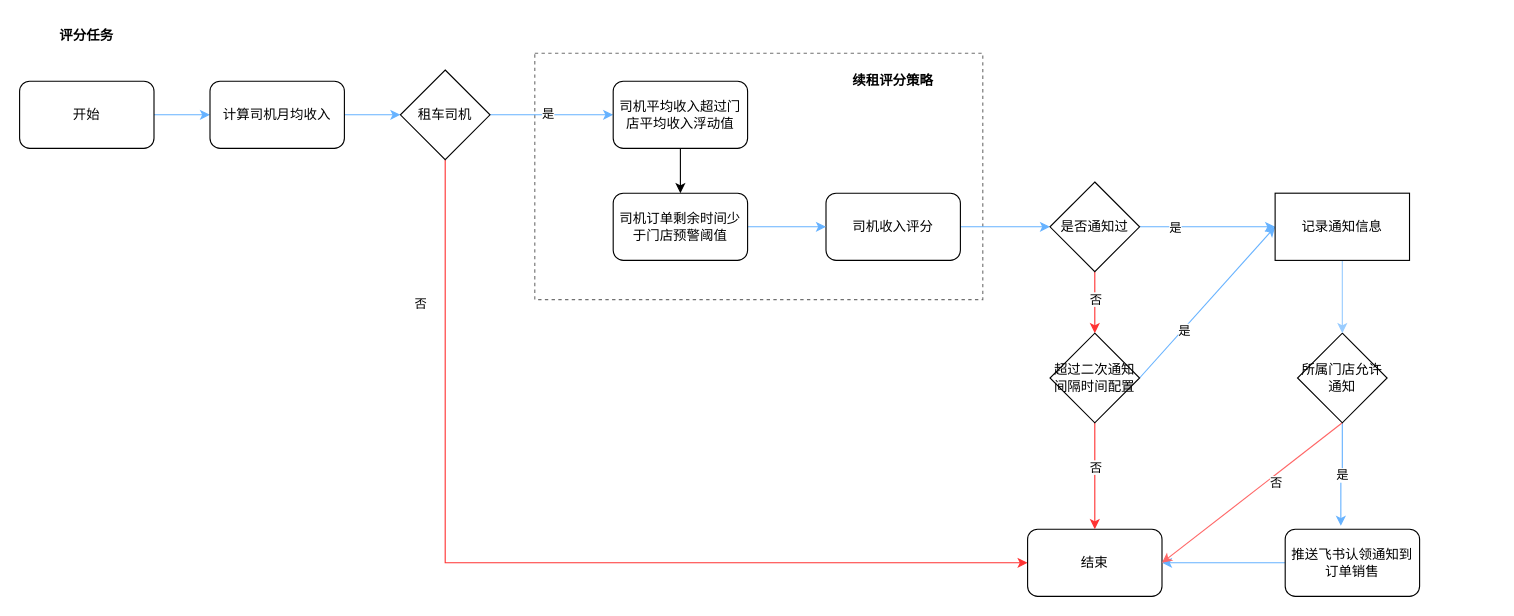
YouAnCao/doc keeps this draw.io diagram as 续租探索.drawio. Above is the earlier version. Source tidied: cells renumbered, new cells numbered last; positions are measured from the earlier drawing's top-left corner, leaving out a move shared by most shapes. Both pictures are drawn from the tidied source at 112%, with x=0, y=0 at pixel (19, 19).
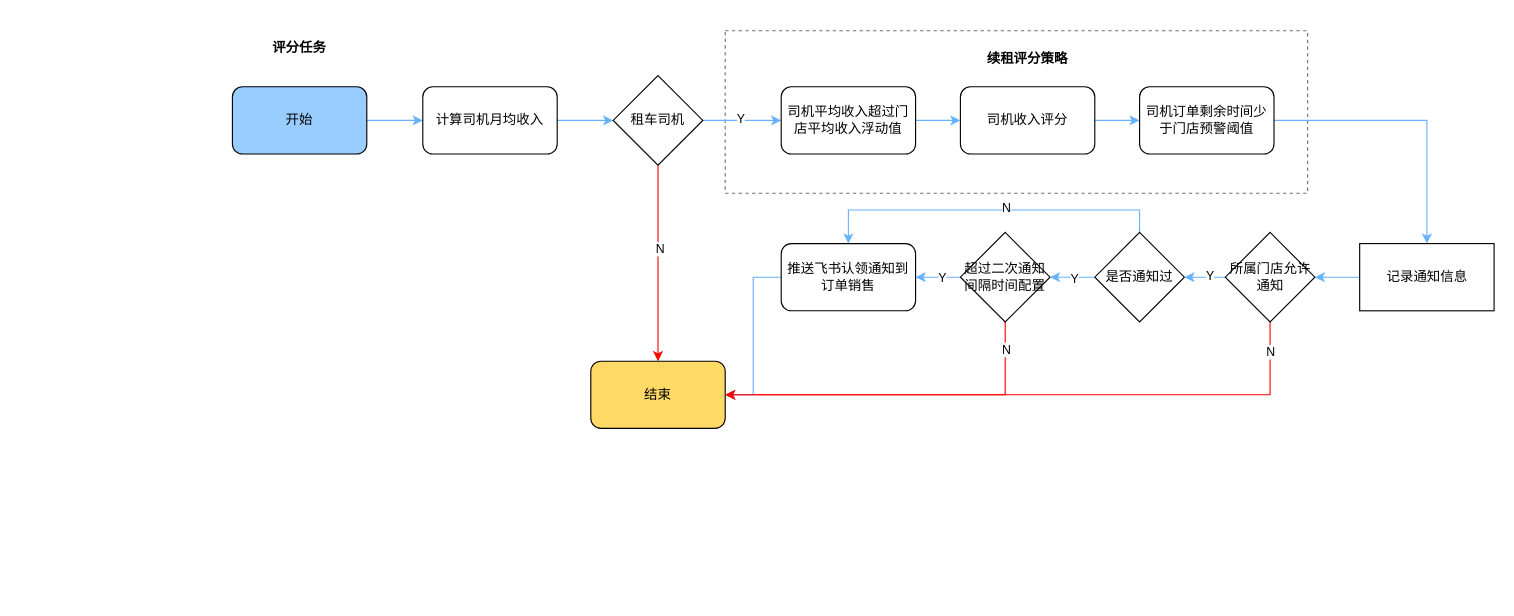
After the change.

Commit message (it also covers changes not shown here):
更新续租探索.drawio

Unchanged cells that the change refers to:
```xml
<mxCell id="9" style="edgeStyle=orthogonalEdgeStyle;rounded=0;jettySize=auto;html=1;exitX=1;exitY=0.5;exitDx=0;exitDy=0;entryX=0;entryY=0.5;entryDx=0;entryDy=0;strokeColor=#66B2FF;" parent="1" edge="1" source="11" target="17">
  <mxGeometry relative="1" as="geometry" />
</mxCell>
```

What changed in the source:
```diff
@@
     <mxCell id="2" style="rounded=0;whiteSpace=wrap;html=1;dashed=1;strokeColor=#707070;" parent="1" vertex="1">
-      <mxGeometry x="460" y="30" width="400" height="220" as="geometry" />
+      <mxGeometry x="630" y="10" width="520" height="145" as="geometry" />
     </mxCell>
@@
-    <mxCell id="4" value="开始" style="rounded=1;whiteSpace=wrap;html=1;" parent="1" vertex="1">
-      <mxGeometry y="55" width="120" height="60" as="geometry" />
+    <mxCell id="4" value="开始" style="rounded=1;whiteSpace=wrap;html=1;fillColor=#99CCFF;" parent="1" vertex="1">
+      <mxGeometry x="190" y="60" width="120" height="60" as="geometry" />
     </mxCell>
@@
     <mxCell id="6" value="计算司机月均收入" style="rounded=1;whiteSpace=wrap;html=1;" parent="1" vertex="1">
-      <mxGeometry x="170" y="55" width="120" height="60" as="geometry" />
+      <mxGeometry x="360" y="60" width="120" height="60" as="geometry" />
     </mxCell>
-    <mxCell id="7" style="edgeStyle=orthogonalEdgeStyle;rounded=0;jettySize=auto;html=1;exitX=0.5;exitY=1;exitDx=0;exitDy=0;entryX=0;entryY=0.5;entryDx=0;entryDy=0;fillColor=#FF0000;strokeColor=#FF3333;" parent="1" edge="1" source="11" target="12">
-      <mxGeometry relative="1" as="geometry" />
-    </mxCell>
-    <mxCell id="8" value="否" style="edgeLabel;html=1;align=center;verticalAlign=middle;" parent="7" vertex="1">
-      <mxGeometry x="-0.26" y="2" relative="1" as="geometry">
-        <mxPoint x="-25" y="-198" as="offset" />
-      </mxGeometry>
-    </mxCell>
@@
-    <mxCell id="10" value="是" style="edgeLabel;html=1;align=center;verticalAlign=middle;" parent="9" vertex="1">
+    <mxCell id="10" value="Y" style="edgeLabel;html=1;align=center;verticalAlign=middle;" parent="9" vertex="1">
       <mxGeometry x="-0.07" y="2" relative="1" as="geometry" />
     </mxCell>
+    <mxCell id="7" style="edgeStyle=orthogonalEdgeStyle;rounded=0;jettySize=auto;html=1;exitX=0.5;exitY=1;exitDx=0;exitDy=0;strokeColor=#FF0000;" parent="1" edge="1" source="11" target="12">
+      <mxGeometry relative="1" as="geometry" />
+    </mxCell>
+    <mxCell id="39" value="N" style="edgeLabel;html=1;align=center;verticalAlign=middle;" parent="7" vertex="1">
+      <mxGeometry x="-0.15" y="1" relative="1" as="geometry" />
+    </mxCell>
     <mxCell id="11" value="租车司机" style="rhombus;whiteSpace=wrap;html=1;" parent="1" vertex="1">
-      <mxGeometry x="340" y="45" width="80" height="80" as="geometry" />
+      <mxGeometry x="530" y="50" width="80" height="80" as="geometry" />
     </mxCell>
-    <mxCell id="12" value="结束" style="rounded=1;whiteSpace=wrap;html=1;" parent="1" vertex="1">
-      <mxGeometry x="900" y="455" width="120" height="60" as="geometry" />
+    <mxCell id="12" value="结束" style="rounded=1;whiteSpace=wrap;html=1;fillColor=#FFD966;" parent="1" vertex="1">
+      <mxGeometry x="510" y="305" width="120" height="60" as="geometry" />
     </mxCell>
     <mxCell id="13" value="&lt;b&gt;续租评分策略&lt;/b&gt;" style="text;html=1;strokeColor=none;fillColor=none;align=center;verticalAlign=middle;whiteSpace=wrap;rounded=0;" parent="1" vertex="1">
-      <mxGeometry x="720" y="40" width="120" height="30" as="geometry" />
+      <mxGeometry x="840" y="20" width="120" height="30" as="geometry" />
     </mxCell>
-    <mxCell id="14" style="edgeStyle=orthogonalEdgeStyle;rounded=0;jettySize=auto;html=1;exitX=1;exitY=0.5;exitDx=0;exitDy=0;entryX=0;entryY=0.5;entryDx=0;entryDy=0;strokeColor=#66B2FF;" parent="1" edge="1" source="15" target="25">
-      <mxGeometry relative="1" as="geometry" />
-    </mxCell>
+    <mxCell id="40" style="edgeStyle=orthogonalEdgeStyle;rounded=0;jettySize=auto;html=1;exitX=1;exitY=0.5;exitDx=0;exitDy=0;entryX=0;entryY=0.5;entryDx=0;entryDy=0;strokeColor=#66B2FF;" parent="1" edge="1" source="15" target="19">
+      <mxGeometry relative="1" as="geometry" />
+    </mxCell>
     <mxCell id="15" value="司机收入评分" style="rounded=1;whiteSpace=wrap;html=1;" parent="1" vertex="1">
-      <mxGeometry x="720" y="155" width="120" height="60" as="geometry" />
+      <mxGeometry x="840" y="60" width="120" height="60" as="geometry" />
     </mxCell>
-    <mxCell id="16" style="edgeStyle=orthogonalEdgeStyle;rounded=0;jettySize=auto;html=1;exitX=0.5;exitY=1;exitDx=0;exitDy=0;entryX=0.5;entryY=0;entryDx=0;entryDy=0;" parent="1" edge="1" source="17" target="19">
-      <mxGeometry relative="1" as="geometry" />
-    </mxCell>
+    <mxCell id="41" style="edgeStyle=orthogonalEdgeStyle;rounded=0;jettySize=auto;html=1;exitX=1;exitY=0.5;exitDx=0;exitDy=0;entryX=0;entryY=0.5;entryDx=0;entryDy=0;strokeColor=#66B2FF;" parent="1" edge="1" source="17" target="15">
+      <mxGeometry relative="1" as="geometry" />
+    </mxCell>
     <mxCell id="17" value="司机平均收入超过门店平均收入浮动值" style="rounded=1;whiteSpace=wrap;html=1;" parent="1" vertex="1">
-      <mxGeometry x="530" y="55" width="120" height="60" as="geometry" />
+      <mxGeometry x="680" y="60" width="120" height="60" as="geometry" />
     </mxCell>
-    <mxCell id="18" style="edgeStyle=none;rounded=0;jettySize=auto;html=1;exitX=1;exitY=0.5;exitDx=0;exitDy=0;entryX=0;entryY=0.5;entryDx=0;entryDy=0;strokeColor=#66B2FF;" parent="1" edge="1" source="19" target="15">
-      <mxGeometry relative="1" as="geometry" />
-    </mxCell>
+    <mxCell id="42" style="edgeStyle=orthogonalEdgeStyle;rounded=0;jettySize=auto;html=1;exitX=1;exitY=0.5;exitDx=0;exitDy=0;entryX=0.5;entryY=0;entryDx=0;entryDy=0;strokeColor=#66B2FF;" parent="1" edge="1" source="19" target="38">
+      <mxGeometry relative="1" as="geometry" />
+    </mxCell>
     <mxCell id="19" value="司机订单剩余时间少于门店预警阈值" style="rounded=1;whiteSpace=wrap;html=1;" parent="1" vertex="1">
-      <mxGeometry x="530" y="155" width="120" height="60" as="geometry" />
+      <mxGeometry x="1000" y="60" width="120" height="60" as="geometry" />
     </mxCell>
     <mxCell id="20" value="&lt;b&gt;评分任务&lt;/b&gt;" style="text;html=1;strokeColor=none;fillColor=none;align=center;verticalAlign=middle;whiteSpace=wrap;rounded=0;" parent="1" vertex="1">
-      <mxGeometry x="30" width="60" height="30" as="geometry" />
+      <mxGeometry x="220" y="10" width="60" height="30" as="geometry" />
     </mxCell>
-    <mxCell id="21" style="edgeStyle=orthogonalEdgeStyle;rounded=0;jettySize=auto;html=1;exitX=1;exitY=0.5;exitDx=0;exitDy=0;entryX=0;entryY=0.5;entryDx=0;entryDy=0;strokeColor=#66B2FF;" parent="1" edge="1" source="25" target="38">
-      <mxGeometry relative="1" as="geometry" />
-    </mxCell>
-    <mxCell id="22" value="是" style="edgeLabel;html=1;align=center;verticalAlign=middle;" parent="21" vertex="1">
-      <mxGeometry x="-0.02" y="-2" relative="1" as="geometry">
-        <mxPoint x="-28" y="-2" as="offset" />
-      </mxGeometry>
-    </mxCell>
-    <mxCell id="23" style="edgeStyle=orthogonalEdgeStyle;rounded=0;jettySize=auto;html=1;exitX=0.5;exitY=1;exitDx=0;exitDy=0;entryX=0.5;entryY=0;entryDx=0;entryDy=0;strokeColor=#FF3333;" parent="1" edge="1" source="25" target="30">
+    <mxCell id="23" style="edgeStyle=orthogonalEdgeStyle;rounded=0;jettySize=auto;html=1;exitX=0;exitY=0.5;exitDx=0;exitDy=0;strokeColor=#66B2FF;" parent="1" edge="1" source="25" target="30">
       <mxGeometry relative="1" as="geometry" />
     </mxCell>
-    <mxCell id="24" value="否" style="edgeLabel;html=1;align=center;verticalAlign=middle;" parent="23" vertex="1">
-      <mxGeometry x="-0.11" y="4" relative="1" as="geometry">
-        <mxPoint x="-4" as="offset" />
-      </mxGeometry>
-    </mxCell>
+    <mxCell id="43" value="Y" style="edgeLabel;html=1;align=center;verticalAlign=middle;" parent="23" vertex="1">
+      <mxGeometry x="-0.05" y="1" relative="1" as="geometry" />
+    </mxCell>
+    <mxCell id="44" style="edgeStyle=orthogonalEdgeStyle;rounded=0;jettySize=auto;html=1;exitX=0.5;exitY=0;exitDx=0;exitDy=0;entryX=0.5;entryY=0;entryDx=0;entryDy=0;strokeColor=#66B2FF;" parent="1" edge="1" source="25" target="32">
+      <mxGeometry relative="1" as="geometry" />
+    </mxCell>
+    <mxCell id="45" value="N" style="edgeLabel;html=1;align=center;verticalAlign=middle;" parent="44" vertex="1">
+      <mxGeometry x="-0.08" y="-3" relative="1" as="geometry">
+        <mxPoint x="3" as="offset" />
+      </mxGeometry>
+    </mxCell>
     <mxCell id="25" value="是否通知过" style="rhombus;whiteSpace=wrap;html=1;" parent="1" vertex="1">
-      <mxGeometry x="920" y="145" width="80" height="80" as="geometry" />
+      <mxGeometry x="960" y="190" width="80" height="80" as="geometry" />
     </mxCell>
+    <mxCell id="46" style="edgeStyle=orthogonalEdgeStyle;rounded=0;jettySize=auto;html=1;exitX=0;exitY=0.5;exitDx=0;exitDy=0;entryX=1;entryY=0.5;entryDx=0;entryDy=0;strokeColor=#66B2FF;" parent="1" edge="1" source="30" target="32">
+      <mxGeometry relative="1" as="geometry" />
+    </mxCell>
+    <mxCell id="47" value="Y" style="edgeLabel;html=1;align=center;verticalAlign=middle;" parent="46" vertex="1">
+      <mxGeometry x="-0.15" y="4" relative="1" as="geometry">
+        <mxPoint y="-4" as="offset" />
+      </mxGeometry>
+    </mxCell>
-    <mxCell id="26" style="edgeStyle=orthogonalEdgeStyle;rounded=0;jettySize=auto;html=1;exitX=0.5;exitY=1;exitDx=0;exitDy=0;entryX=0.5;entryY=0;entryDx=0;entryDy=0;strokeColor=#FF3333;" parent="1" edge="1" source="30" target="12">
+    <mxCell id="26" style="edgeStyle=orthogonalEdgeStyle;rounded=0;jettySize=auto;html=1;exitX=0.5;exitY=1;exitDx=0;exitDy=0;entryX=1;entryY=0.5;entryDx=0;entryDy=0;strokeColor=#FF0000;" parent="1" edge="1" source="30" target="12">
       <mxGeometry relative="1" as="geometry" />
     </mxCell>
-    <mxCell id="27" value="否" style="edgeLabel;html=1;align=center;verticalAlign=middle;" parent="26" vertex="1">
-      <mxGeometry x="-0.18" relative="1" as="geometry" />
-    </mxCell>
-    <mxCell id="28" style="rounded=0;jettySize=auto;html=1;exitX=1;exitY=0.5;exitDx=0;exitDy=0;entryX=0;entryY=0.5;entryDx=0;entryDy=0;strokeColor=#66B2FF;" parent="1" edge="1" source="30" target="38">
-      <mxGeometry relative="1" as="geometry" />
-    </mxCell>
-    <mxCell id="29" value="是" style="edgeLabel;html=1;align=center;verticalAlign=middle;" parent="28" vertex="1">
-      <mxGeometry x="-0.55" y="2" relative="1" as="geometry">
-        <mxPoint x="14" y="-11" as="offset" />
-      </mxGeometry>
-    </mxCell>
+    <mxCell id="48" value="N" style="edgeLabel;html=1;align=center;verticalAlign=middle;" parent="26" vertex="1">
+      <mxGeometry x="-0.8" y="2" relative="1" as="geometry">
+        <mxPoint x="-2" y="-7" as="offset" />
+      </mxGeometry>
+    </mxCell>
     <mxCell id="30" value="超过二次通知间隔时间配置" style="rhombus;whiteSpace=wrap;html=1;" parent="1" vertex="1">
-      <mxGeometry x="920" y="280" width="80" height="80" as="geometry" />
+      <mxGeometry x="840" y="190" width="80" height="80" as="geometry" />
     </mxCell>
@@
     <mxCell id="32" value="推送飞书认领通知到订单销售" style="rounded=1;whiteSpace=wrap;html=1;" parent="1" vertex="1">
-      <mxGeometry x="1130" y="455" width="120" height="60" as="geometry" />
+      <mxGeometry x="680" y="200" width="120" height="60" as="geometry" />
     </mxCell>
-    <mxCell id="33" value="是" style="edgeStyle=orthogonalEdgeStyle;rounded=0;jettySize=auto;html=1;exitX=0.5;exitY=1;exitDx=0;exitDy=0;entryX=0.414;entryY=-0.05;entryDx=0;entryDy=0;strokeColor=#66B2FF;entryPerimeter=0;" parent="1" edge="1" source="36" target="32">
-      <mxGeometry relative="1" as="geometry" />
-    </mxCell>
-    <mxCell id="34" style="rounded=0;jettySize=auto;html=1;exitX=0.5;exitY=1;exitDx=0;exitDy=0;entryX=1;entryY=0.5;entryDx=0;entryDy=0;strokeColor=#FF6666;" parent="1" edge="1" source="36" target="12">
-      <mxGeometry relative="1" as="geometry" />
-    </mxCell>
-    <mxCell id="35" value="否" style="edgeLabel;html=1;align=center;verticalAlign=middle;" parent="34" vertex="1">
-      <mxGeometry x="-0.71" y="-4" relative="1" as="geometry">
-        <mxPoint x="-33" y="38" as="offset" />
-      </mxGeometry>
-    </mxCell>
-    <mxCell id="36" value="所属门店允许通知" style="rhombus;whiteSpace=wrap;html=1;" parent="1" vertex="1">
-      <mxGeometry x="1141" y="280" width="80" height="80" as="geometry" />
-    </mxCell>
-    <mxCell id="37" style="edgeStyle=orthogonalEdgeStyle;rounded=0;jettySize=auto;html=1;exitX=0.5;exitY=1;exitDx=0;exitDy=0;entryX=0.5;entryY=0;entryDx=0;entryDy=0;strokeColor=#99CCFF;" parent="1" edge="1" source="38" target="36">
+    <mxCell id="37" style="edgeStyle=orthogonalEdgeStyle;rounded=0;jettySize=auto;html=1;exitX=0;exitY=0.5;exitDx=0;exitDy=0;entryX=1;entryY=0.5;entryDx=0;entryDy=0;strokeColor=#66B2FF;" parent="1" edge="1" source="38" target="36">
       <mxGeometry relative="1" as="geometry" />
     </mxCell>
     <mxCell id="38" value="记录通知信息" style="whiteSpace=wrap;html=1;" parent="1" vertex="1">
-      <mxGeometry x="1121" y="155" width="120" height="60" as="geometry" />
+      <mxGeometry x="1196.5" y="200" width="120" height="60" as="geometry" />
     </mxCell>
+    <mxCell id="49" style="edgeStyle=orthogonalEdgeStyle;rounded=0;jettySize=auto;html=1;exitX=0;exitY=0.5;exitDx=0;exitDy=0;entryX=1;entryY=0.5;entryDx=0;entryDy=0;strokeColor=#66B2FF;" parent="1" edge="1" source="36" target="25">
+      <mxGeometry relative="1" as="geometry" />
+    </mxCell>
+    <mxCell id="50" value="Y" style="edgeLabel;html=1;align=center;verticalAlign=middle;" parent="49" vertex="1">
+      <mxGeometry x="-0.21" y="-2" relative="1" as="geometry" />
+    </mxCell>
+    <mxCell id="34" style="edgeStyle=orthogonalEdgeStyle;rounded=0;jettySize=auto;html=1;exitX=0.5;exitY=1;exitDx=0;exitDy=0;entryX=1;entryY=0.5;entryDx=0;entryDy=0;strokeColor=#FF0000;" parent="1" edge="1" source="36" target="12">
+      <mxGeometry relative="1" as="geometry" />
+    </mxCell>
+    <mxCell id="51" value="N" style="edgeLabel;html=1;align=center;verticalAlign=middle;" parent="34" vertex="1">
+      <mxGeometry x="-0.88" y="4" relative="1" as="geometry">
+        <mxPoint x="-4" y="-7" as="offset" />
+      </mxGeometry>
+    </mxCell>
+    <mxCell id="36" value="所属门店允许通知" style="rhombus;whiteSpace=wrap;html=1;" parent="1" vertex="1">
+      <mxGeometry x="1076.5" y="190" width="80" height="80" as="geometry" />
+    </mxCell>
```
